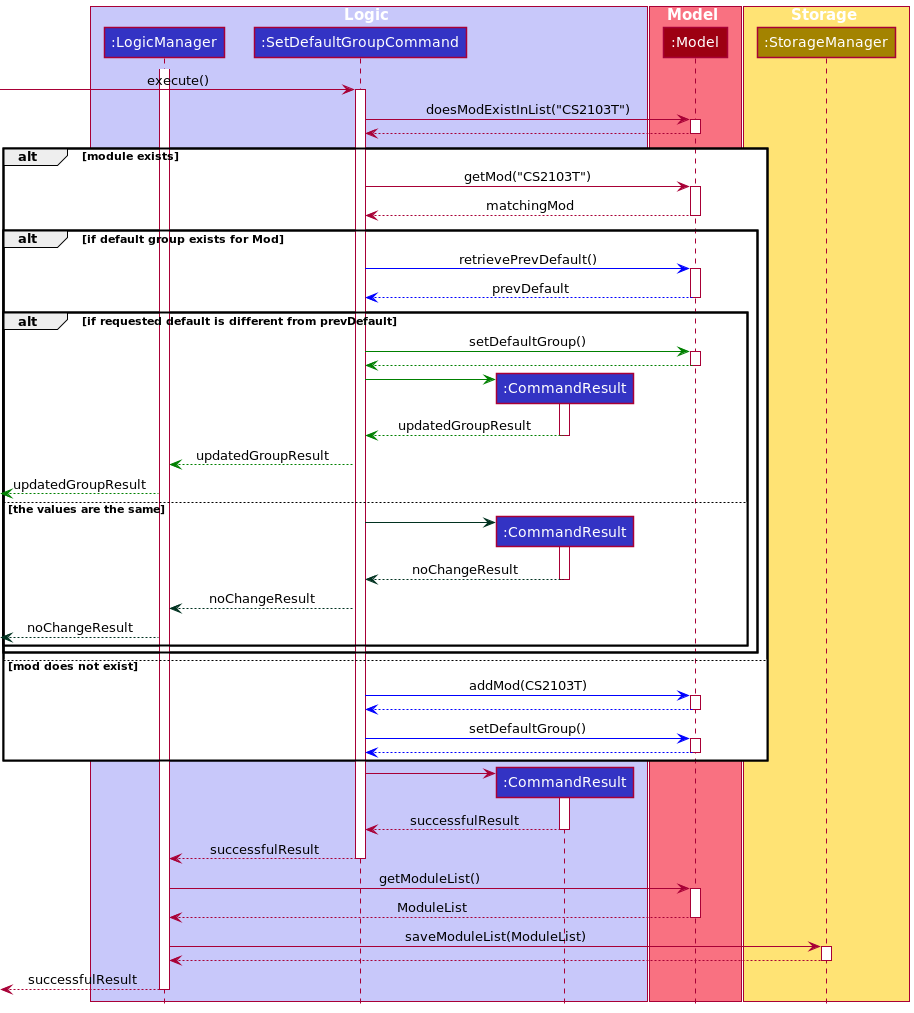
The PlantUML diagram docs/images/SetDefaultSequenceDiagram.png in s7manth/tp, before a commit.
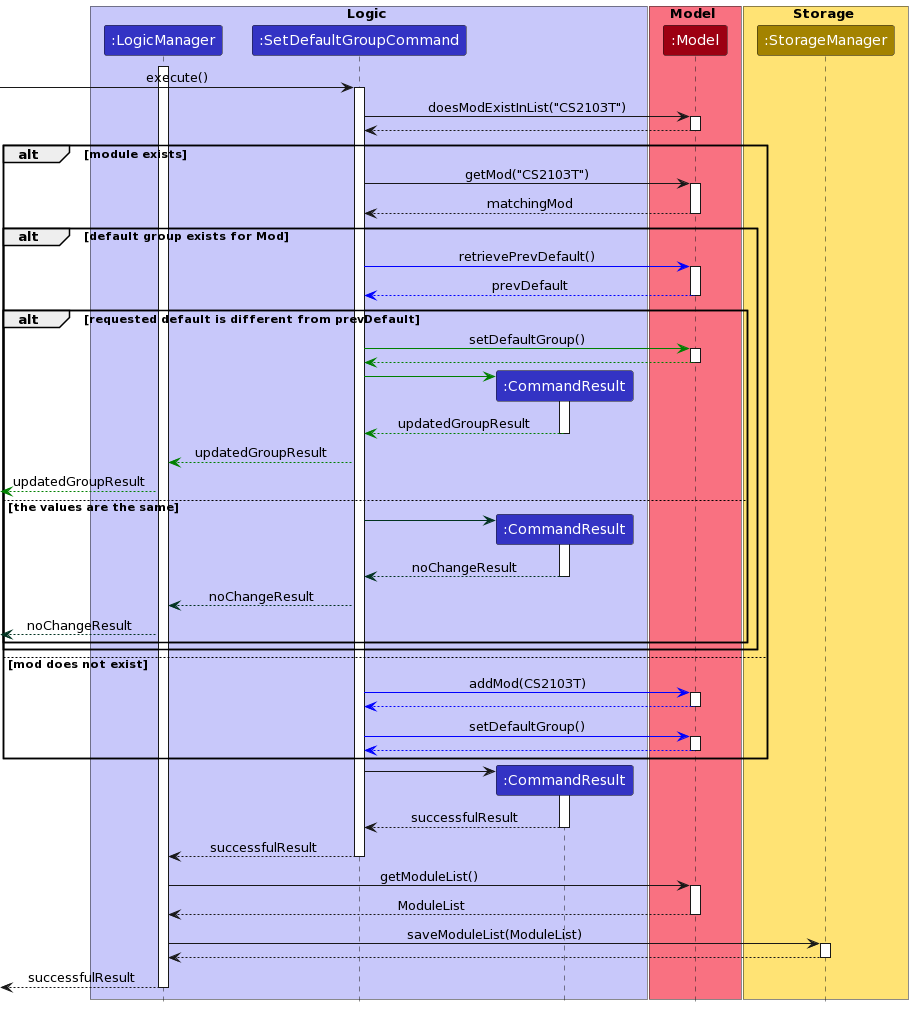
After the commit.

Commit message:
correct if statements in UML diagram

The edit, as a diff of the source:
```diff
@@ -1,5 +1,77 @@
 @startuml
-!include style.puml
+
+
+
+!define UI_COLOR #1D8900
+!define UI_COLOR_T1 #83E769
+!define UI_COLOR_T2 #3FC71B
+!define UI_COLOR_T3 #166800
+!define UI_COLOR_T4 #0E4100
+
+!define LOGIC_COLOR #3333C4
+!define LOGIC_COLOR_T1 #C8C8FA
+!define LOGIC_COLOR_T2 #6A6ADC
+!define LOGIC_COLOR_T3 #1616B0
+!define LOGIC_COLOR_T4 #101086
+
+!define MODEL_COLOR #9D0012
+!define MODEL_COLOR_T1 #F97181
+!define MODEL_COLOR_T2 #E41F36
+!define MODEL_COLOR_T3 #7B000E
+!define MODEL_COLOR_T4 #51000A
+
+!define STORAGE_COLOR #A38300
+!define STORAGE_COLOR_T1 #FFE374
+!define STORAGE_COLOR_T2 #EDC520
+!define STORAGE_COLOR_T3 #806600
+!define STORAGE_COLOR_T2 #544400
+
+!define USER_COLOR #000000
+
+skinparam BackgroundColor #FFFFFFF
+
+skinparam Shadowing false
+
+skinparam Class {
+    FontColor #FFFFFF
+    BorderThickness 1
+    BorderColor #FFFFFF
+    StereotypeFontColor #FFFFFF
+    FontName Arial
+}
+
+skinparam Actor {
+    BorderColor USER_COLOR
+    Color USER_COLOR
+    FontName Arial
+}
+
+skinparam Sequence {
+    MessageAlign center
+    BoxFontSize 15
+    BoxPadding 0
+    BoxFontColor #FFFFFF
+    FontName Arial
+}
+
+skinparam Participant {
+    FontColor #FFFFFFF
+    Padding 20
+}
+
+skinparam MinClassWidth 50
+skinparam ParticipantPadding 10
+skinparam Shadowing false
+skinparam DefaultTextAlignment center
+skinparam packageStyle Rectangle
+
+hide footbox
+hide members
+hide circle
+
+
+
+
 
 box Logic LOGIC_COLOR_T1
 participant ":LogicManager" as LogicManager LOGIC_COLOR
@@ -33,14 +105,14 @@
     Model --> SetDefaultGroupCommand : matchingMod
     deactivate Model
 
-    alt if default group exists for Mod
+    alt default group exists for Mod
         SetDefaultGroupCommand -[#blue]> Model: retrievePrevDefault()
         activate Model
 
         Model --[#blue]> SetDefaultGroupCommand : prevDefault
         deactivate Model
 
-        alt if requested default is different from prevDefault
+        alt requested default is different from prevDefault
             SetDefaultGroupCommand -[#green]> Model : setDefaultGroup()
             activate Model
 
```
